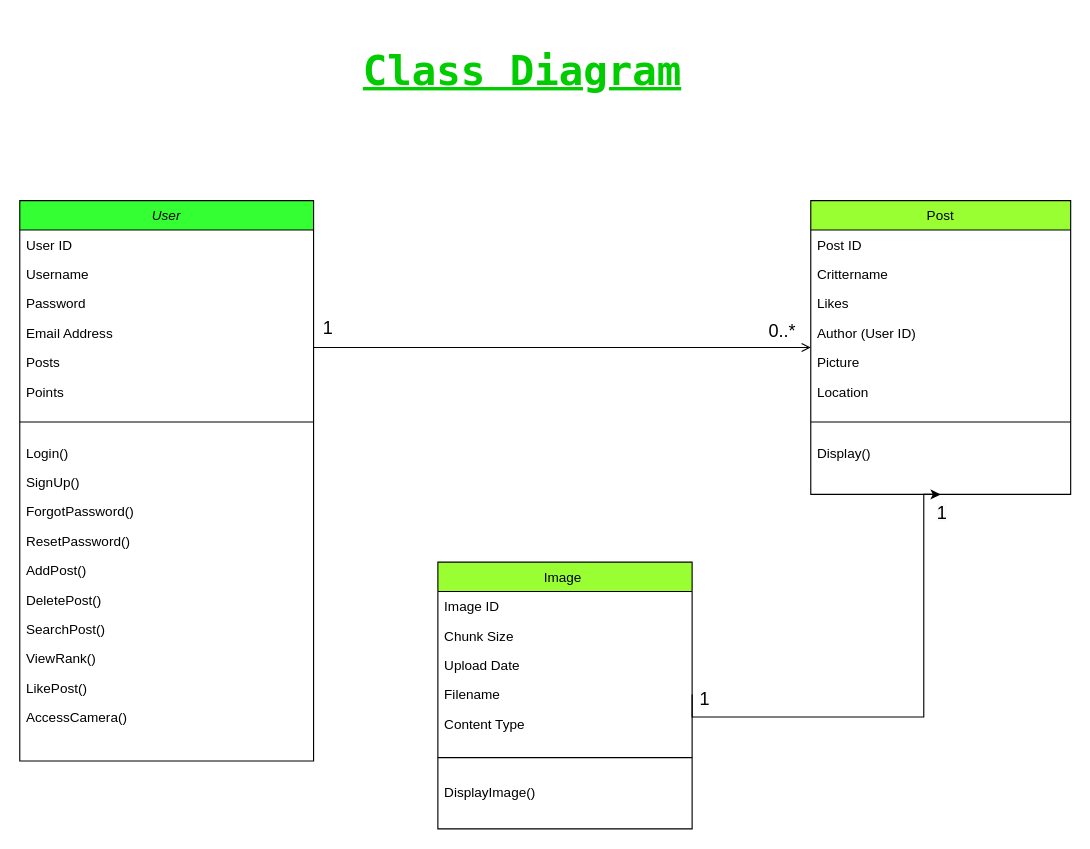
This is ClassDiagram.drawio from crimzxun/diagramsss, a draw.io file, before an edit. Source tidied: cells renumbered, new cells numbered last; positions are measured from the earlier drawing's top-left corner, leaving out a move shared by most shapes. Both pictures are drawn from the tidied source at 113%, with x=0, y=0 at pixel (19, 19).
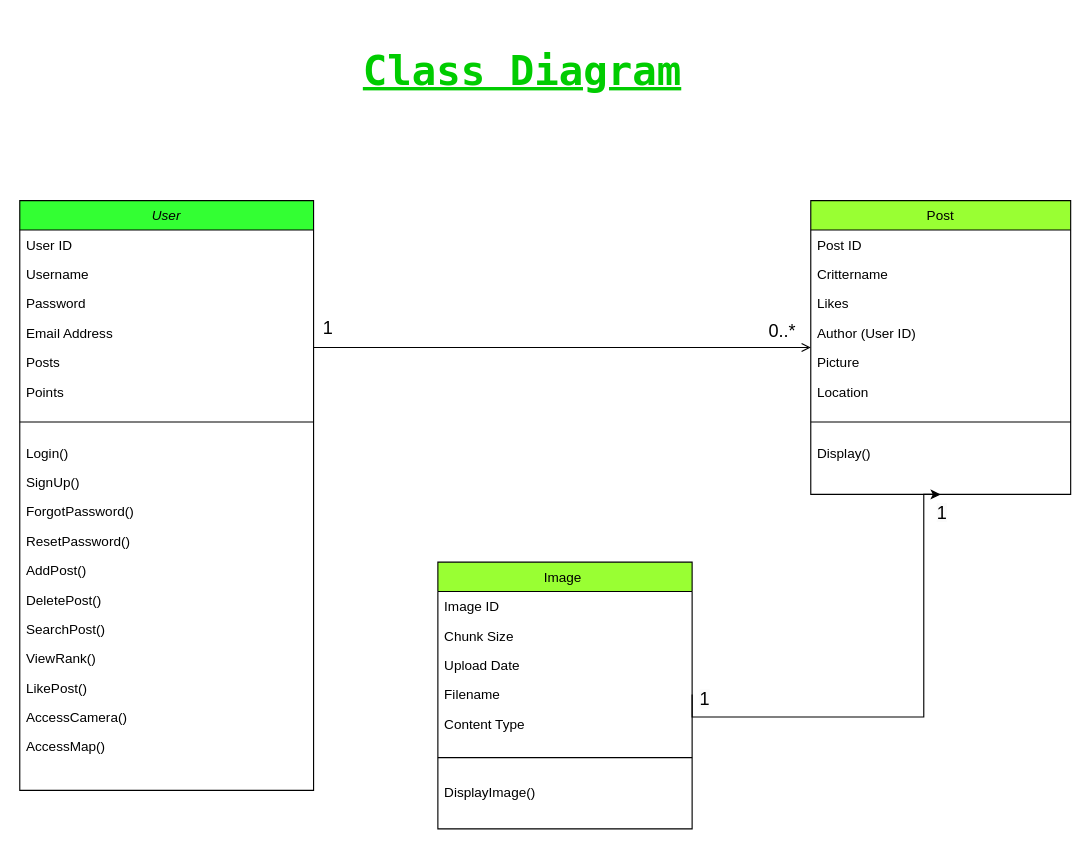
After the change.

Change to the diagram source:
```diff
@@
     <mxCell id="2" value="User" style="swimlane;fontStyle=2;align=center;verticalAlign=top;horizontal=1;startSize=26;rounded=0;shadow=0;strokeWidth=1;fillColor=#33FF33;" parent="1" vertex="1">
-      <mxGeometry y="160" width="260" height="496" as="geometry" />
+      <mxGeometry y="160" width="260" height="522" as="geometry" />
     </mxCell>
@@
+    <mxCell id="47" value="AccessMap()" style="text;align=left;verticalAlign=top;spacingLeft=4;spacingRight=4;overflow=hidden;" parent="2" vertex="1">
+      <mxGeometry y="470" width="260" height="26" as="geometry" />
+    </mxCell>
     <mxCell id="20" style="text;align=left;verticalAlign=top;spacingLeft=4;spacingRight=4;overflow=hidden;" parent="2" vertex="1">
-      <mxGeometry y="470" width="260" height="26" as="geometry" />
+      <mxGeometry y="496" width="260" height="26" as="geometry" />
     </mxCell>
```
